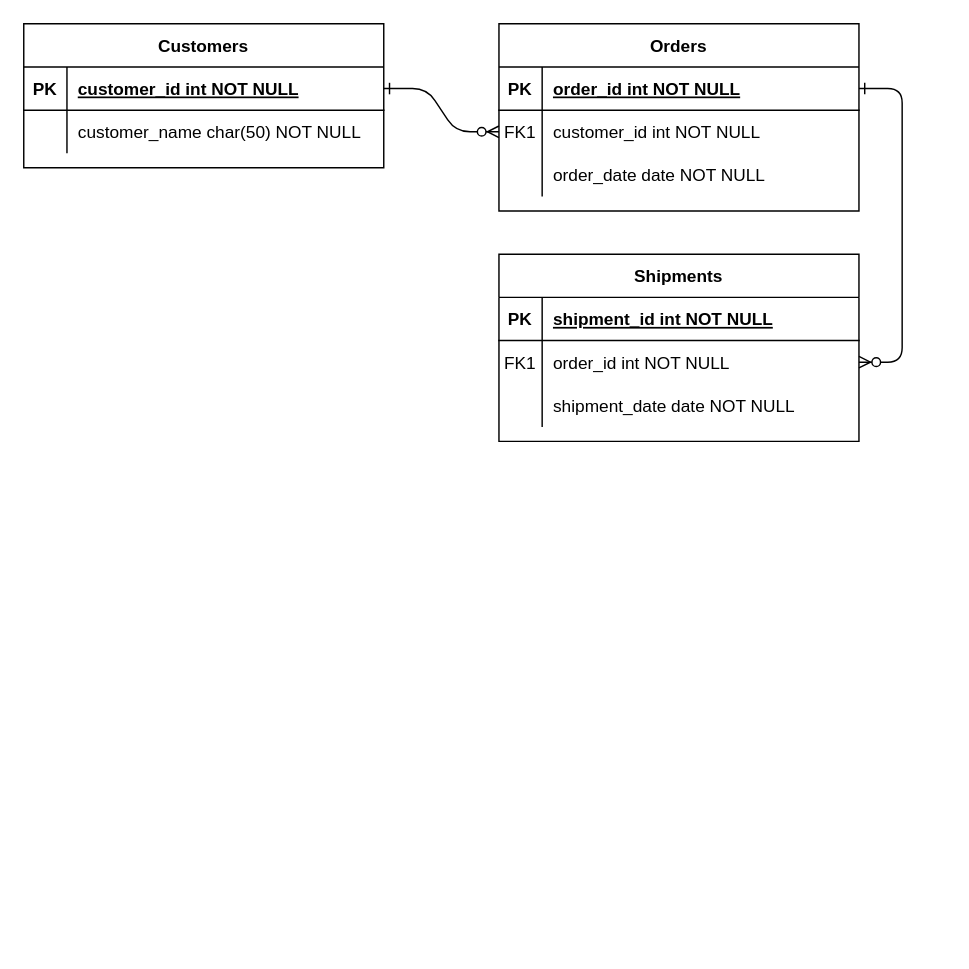
This is Sasang Entity Relationship Diagram.drawio from nohhow/TIL, a draw.io file, before an edit. Source tidied: cells renumbered, new cells numbered last; positions are measured from the earlier drawing's top-left corner, leaving out a move shared by most shapes. Both pictures are drawn from the tidied source at 144%, with x=0, y=0 at pixel (23, 23).
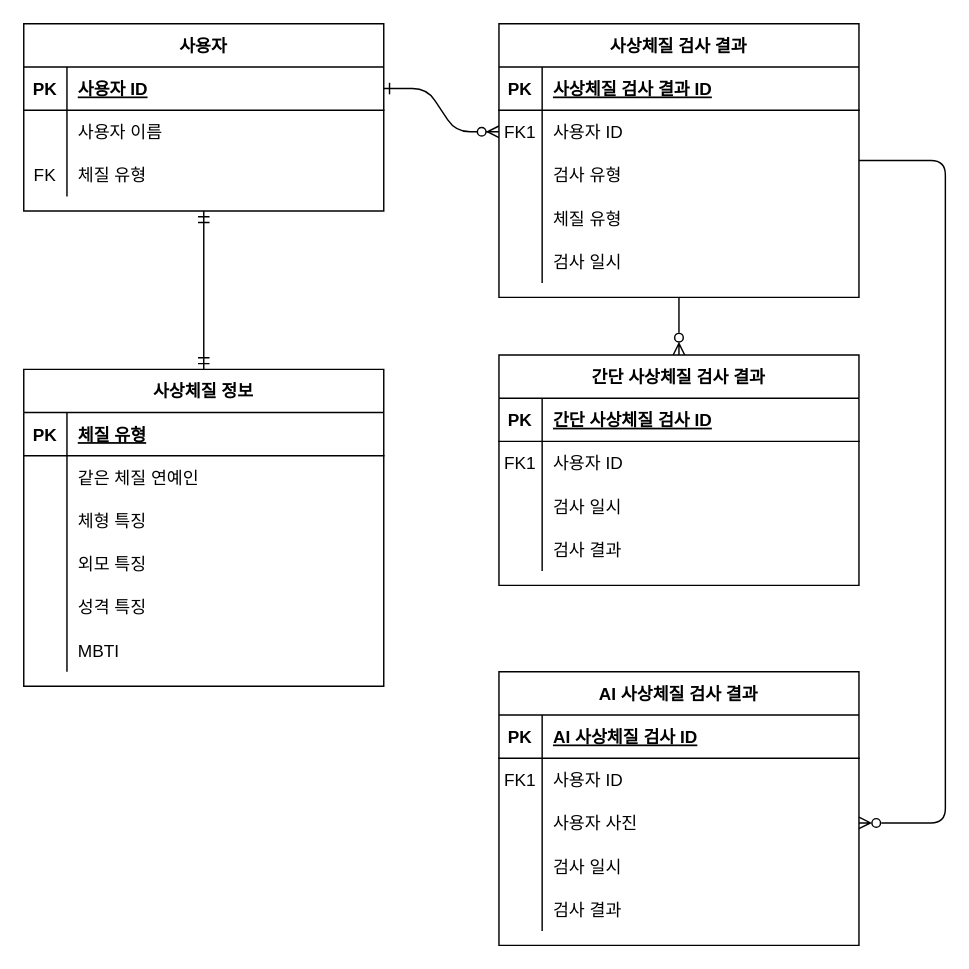
After the change.

The change refers to these unchanged cells:
```xml
<mxCell id="5" style="shape=partialRectangle;fillColor=none;points=[[0,0.5],[1,0.5]];portConstraint=eastwest;top=0;left=0;right=0;bottom=1;" parent="4" vertex="1">
  <mxGeometry y="30" width="250" height="30" as="geometry" />
</mxCell>
<mxCell id="8" style="shape=partialRectangle;fillColor=none;points=[[0,0.5],[1,0.5]];portConstraint=eastwest;top=0;left=0;right=0;bottom=0;" parent="4" vertex="1">
  <mxGeometry y="60" width="250" height="30" as="geometry" />
</mxCell>
<mxCell id="11" style="shape=partialRectangle;fillColor=none;top=0;left=0;right=0;bottom=0;" parent="4" vertex="1">
  <mxGeometry y="90" width="250" height="30" as="geometry" />
</mxCell>
<mxCell id="15" style="shape=partialRectangle;fillColor=none;top=0;left=0;right=0;bottom=1;" parent="14" vertex="1">
  <mxGeometry y="30" width="250" height="30" as="geometry" />
</mxCell>
<mxCell id="18" style="shape=partialRectangle;fillColor=none;points=[[0,0.5],[1,0.5]];portConstraint=eastwest;top=0;left=0;right=0;bottom=0;" parent="14" vertex="1">
  <mxGeometry y="60" width="250" height="30" as="geometry" />
</mxCell>
<mxCell id="21" style="shape=partialRectangle;fillColor=none;points=[[0,0.5],[1,0.5]];portConstraint=eastwest;top=0;left=0;right=0;bottom=0;" parent="14" vertex="1">
  <mxGeometry y="90" width="250" height="30" as="geometry" />
</mxCell>
<mxCell id="25" style="shape=partialRectangle;fillColor=none;points=[[0,0.5],[1,0.5]];portConstraint=eastwest;top=0;left=0;right=0;bottom=1;" parent="24" vertex="1">
  <mxGeometry y="30" width="250" height="30" as="geometry" />
</mxCell>
<mxCell id="28" style="shape=partialRectangle;fillColor=none;top=0;left=0;right=0;bottom=0;" parent="24" vertex="1">
  <mxGeometry y="60" width="250" height="30" as="geometry" />
</mxCell>
```

The edit, as a diff of the source:
```diff
@@
-    <mxCell id="3" style="edgeStyle=entityRelationEdgeStyle;endArrow=ERzeroToMany;startArrow=ERone;endFill=1;startFill=0;" parent="1" edge="1" source="5" target="18">
-      <mxGeometry relative="1" as="geometry" />
-    </mxCell>
+    <mxCell id="31" style="edgeStyle=orthogonalEdgeStyle;fontSize=11;html=1;endArrow=ERzeroToMany;endFill=0;fontFamily=Helvetica;fontColor=rgb(0, 0, 0);align=center;strokeColor=rgb(0, 0, 0);" parent="1" edge="1" source="4" target="68">
+      <mxGeometry relative="1" as="geometry" />
+    </mxCell>
+    <mxCell id="32" style="edgeStyle=orthogonalEdgeStyle;fontSize=11;html=1;endArrow=ERzeroToMany;endFill=0;fontFamily=Helvetica;fontColor=rgb(0, 0, 0);align=center;strokeColor=rgb(0, 0, 0);" parent="1" edge="1" source="4" target="21">
+      <mxGeometry relative="1" as="geometry">
+        <Array as="points">
+          <mxPoint x="640" y="95" />
+          <mxPoint x="640" y="555" />
+        </Array>
+      </mxGeometry>
+    </mxCell>
-    <mxCell id="4" value="Orders" style="shape=table;startSize=30;childLayout=tableLayout;rowLines=0;fontStyle=1;align=center;" parent="1" vertex="1">
-      <mxGeometry x="330" width="250" height="130" as="geometry" />
+    <mxCell id="4" value="사상체질 검사 결과" style="shape=table;startSize=30;childLayout=tableLayout;rowLines=0;fontStyle=1;align=center;" parent="1" vertex="1">
+      <mxGeometry x="330" width="250" height="190" as="geometry" />
     </mxCell>
@@
-    <mxCell id="7" value="order_id int NOT NULL " style="shape=partialRectangle;overflow=hidden;fillColor=none;top=0;left=0;bottom=0;right=0;align=left;spacingLeft=6;fontStyle=5;" parent="5" vertex="1">
+    <mxCell id="7" value="사상체질 검사 결과 ID" style="shape=partialRectangle;overflow=hidden;fillColor=none;top=0;left=0;bottom=0;right=0;align=left;spacingLeft=6;fontStyle=5;" parent="5" vertex="1">
       <mxGeometry x="30" width="220" height="30" as="geometry" />
     </mxCell>
@@
-    <mxCell id="10" value="customer_id int NOT NULL" style="shape=partialRectangle;overflow=hidden;fillColor=none;top=0;left=0;bottom=0;right=0;align=left;spacingLeft=6;" parent="8" vertex="1">
+    <mxCell id="10" value="사용자 ID" style="shape=partialRectangle;overflow=hidden;fillColor=none;top=0;left=0;bottom=0;right=0;align=left;spacingLeft=6;" parent="8" vertex="1">
       <mxGeometry x="30" width="220" height="30" as="geometry" />
     </mxCell>
@@
-    <mxCell id="13" value="order_date date NOT NULL" style="shape=partialRectangle;overflow=hidden;fillColor=none;top=0;left=0;bottom=0;right=0;align=left;spacingLeft=6;" parent="11" vertex="1">
+    <mxCell id="13" value="검사 유형" style="shape=partialRectangle;overflow=hidden;fillColor=none;top=0;left=0;bottom=0;right=0;align=left;spacingLeft=6;" parent="11" vertex="1">
       <mxGeometry x="30" width="220" height="30" as="geometry" />
     </mxCell>
+    <mxCell id="33" style="shape=partialRectangle;fillColor=none;top=0;left=0;bottom=0;right=0;" parent="4" vertex="1">
+      <mxGeometry y="120" width="250" height="30" as="geometry" />
+    </mxCell>
+    <mxCell id="34" style="shape=partialRectangle;fillColor=none;top=0;left=0;bottom=0;right=0;overflow=hidden;" parent="33" vertex="1">
+      <mxGeometry width="30" height="30" as="geometry" />
+    </mxCell>
+    <mxCell id="35" value="체질 유형" style="shape=partialRectangle;fillColor=none;top=0;left=0;bottom=0;right=0;align=left;spacingLeft=6;overflow=hidden;" parent="33" vertex="1">
+      <mxGeometry x="30" width="220" height="30" as="geometry" />
+    </mxCell>
+    <mxCell id="36" style="shape=partialRectangle;fillColor=none;top=0;left=0;bottom=0;right=0;" parent="4" vertex="1">
+      <mxGeometry y="150" width="250" height="30" as="geometry" />
+    </mxCell>
+    <mxCell id="37" style="shape=partialRectangle;fillColor=none;top=0;left=0;bottom=0;right=0;overflow=hidden;" parent="36" vertex="1">
+      <mxGeometry width="30" height="30" as="geometry" />
+    </mxCell>
+    <mxCell id="38" value="검사 일시" style="shape=partialRectangle;fillColor=none;top=0;left=0;bottom=0;right=0;align=left;spacingLeft=6;overflow=hidden;" parent="36" vertex="1">
+      <mxGeometry x="30" width="220" height="30" as="geometry" />
+    </mxCell>
-    <mxCell id="14" value="Shipments" style="shape=table;startSize=30;childLayout=tableLayout;rowLines=0;fontStyle=1;align=center;" parent="1" vertex="1">
-      <mxGeometry x="330" y="160" width="250" height="130" as="geometry" />
+    <mxCell id="14" value="AI 사상체질 검사 결과" style="shape=table;startSize=30;childLayout=tableLayout;rowLines=0;fontStyle=1;align=center;" parent="1" vertex="1">
+      <mxGeometry x="330" y="450" width="250" height="190" as="geometry" />
     </mxCell>
@@
-    <mxCell id="17" value="shipment_id int NOT NULL " style="shape=partialRectangle;overflow=hidden;fillColor=none;top=0;left=0;bottom=0;right=0;align=left;spacingLeft=6;fontStyle=5;" parent="15" vertex="1">
+    <mxCell id="17" value="AI 사상체질 검사 ID" style="shape=partialRectangle;overflow=hidden;fillColor=none;top=0;left=0;bottom=0;right=0;align=left;spacingLeft=6;fontStyle=5;" parent="15" vertex="1">
       <mxGeometry x="30" width="220" height="30" as="geometry" />
     </mxCell>
@@
-    <mxCell id="20" value="order_id int NOT NULL" style="shape=partialRectangle;overflow=hidden;fillColor=none;top=0;left=0;bottom=0;right=0;align=left;spacingLeft=6;" parent="18" vertex="1">
+    <mxCell id="20" value="사용자 ID" style="shape=partialRectangle;overflow=hidden;fillColor=none;top=0;left=0;bottom=0;right=0;align=left;spacingLeft=6;" parent="18" vertex="1">
       <mxGeometry x="30" width="220" height="30" as="geometry" />
     </mxCell>
@@
-    <mxCell id="23" value="shipment_date date NOT NULL" style="shape=partialRectangle;overflow=hidden;fillColor=none;top=0;left=0;bottom=0;right=0;align=left;spacingLeft=6;" parent="21" vertex="1">
+    <mxCell id="23" value="사용자 사진" style="shape=partialRectangle;overflow=hidden;fillColor=none;top=0;left=0;bottom=0;right=0;align=left;spacingLeft=6;" parent="21" vertex="1">
       <mxGeometry x="30" width="220" height="30" as="geometry" />
     </mxCell>
+    <mxCell id="39" style="shape=partialRectangle;fillColor=none;top=0;left=0;bottom=0;right=0;" parent="14" vertex="1">
+      <mxGeometry y="120" width="250" height="30" as="geometry" />
+    </mxCell>
+    <mxCell id="40" style="shape=partialRectangle;fillColor=none;top=0;left=0;bottom=0;right=0;overflow=hidden;" parent="39" vertex="1">
+      <mxGeometry width="30" height="30" as="geometry" />
+    </mxCell>
+    <mxCell id="41" value="검사 일시" style="shape=partialRectangle;fillColor=none;top=0;left=0;bottom=0;right=0;align=left;spacingLeft=6;overflow=hidden;" parent="39" vertex="1">
+      <mxGeometry x="30" width="220" height="30" as="geometry" />
+    </mxCell>
+    <mxCell id="42" style="shape=partialRectangle;fillColor=none;top=0;left=0;bottom=0;right=0;" parent="14" vertex="1">
+      <mxGeometry y="150" width="250" height="30" as="geometry" />
+    </mxCell>
+    <mxCell id="43" style="shape=partialRectangle;fillColor=none;top=0;left=0;bottom=0;right=0;overflow=hidden;" parent="42" vertex="1">
+      <mxGeometry width="30" height="30" as="geometry" />
+    </mxCell>
+    <mxCell id="44" value="검사 결과" style="shape=partialRectangle;fillColor=none;top=0;left=0;bottom=0;right=0;align=left;spacingLeft=6;overflow=hidden;" parent="42" vertex="1">
+      <mxGeometry x="30" width="220" height="30" as="geometry" />
+    </mxCell>
+    <mxCell id="45" style="edgeStyle=orthogonalEdgeStyle;fontSize=11;html=1;endArrow=ERmandOne;startArrow=ERmandOne;fontFamily=Helvetica;fontColor=rgb(0, 0, 0);align=center;endFill=0;strokeColor=rgb(0, 0, 0);" parent="1" edge="1" source="24" target="49">
+      <mxGeometry relative="1" as="geometry" />
+    </mxCell>
-    <mxCell id="24" value="Customers" style="shape=table;startSize=30;childLayout=tableLayout;rowLines=0;fontStyle=1;align=center;" parent="1" vertex="1">
-      <mxGeometry width="250" height="100" as="geometry" />
+    <mxCell id="24" value="사용자" style="shape=table;startSize=30;childLayout=tableLayout;rowLines=0;fontStyle=1;align=center;" parent="1" vertex="1">
+      <mxGeometry width="250" height="130" as="geometry" />
     </mxCell>
@@
-    <mxCell id="27" value="customer_id int NOT NULL " style="shape=partialRectangle;overflow=hidden;fillColor=none;top=0;left=0;bottom=0;right=0;align=left;spacingLeft=6;fontStyle=5;" parent="25" vertex="1">
+    <mxCell id="27" value="사용자 ID" style="shape=partialRectangle;overflow=hidden;fillColor=none;top=0;left=0;bottom=0;right=0;align=left;spacingLeft=6;fontStyle=5;" parent="25" vertex="1">
       <mxGeometry x="30" width="220" height="30" as="geometry" />
     </mxCell>
@@
-    <mxCell id="30" value="customer_name char(50) NOT NULL" style="shape=partialRectangle;overflow=hidden;fillColor=none;top=0;left=0;bottom=0;right=0;align=left;spacingLeft=6;" parent="28" vertex="1">
+    <mxCell id="30" value="사용자 이름" style="shape=partialRectangle;overflow=hidden;fillColor=none;top=0;left=0;bottom=0;right=0;align=left;spacingLeft=6;" parent="28" vertex="1">
       <mxGeometry x="30" width="220" height="30" as="geometry" />
     </mxCell>
+    <mxCell id="46" style="shape=partialRectangle;fillColor=none;top=0;left=0;bottom=0;right=0;" parent="24" vertex="1">
+      <mxGeometry y="90" width="250" height="30" as="geometry" />
+    </mxCell>
+    <mxCell id="47" value="FK" style="shape=partialRectangle;fillColor=none;top=0;left=0;bottom=0;right=0;overflow=hidden;" parent="46" vertex="1">
+      <mxGeometry width="30" height="30" as="geometry" />
+    </mxCell>
+    <mxCell id="48" value="체질 유형" style="shape=partialRectangle;fillColor=none;top=0;left=0;bottom=0;right=0;align=left;spacingLeft=6;overflow=hidden;" parent="46" vertex="1">
+      <mxGeometry x="30" width="220" height="30" as="geometry" />
+    </mxCell>
+    <mxCell id="49" value="사상체질 정보" style="shape=table;startSize=30;childLayout=tableLayout;rowLines=0;fontStyle=1;align=center;" parent="1" vertex="1">
+      <mxGeometry y="240" width="250" height="220" as="geometry" />
+    </mxCell>
+    <mxCell id="50" style="shape=partialRectangle;fillColor=none;top=0;left=0;right=0;bottom=1;" parent="49" vertex="1">
+      <mxGeometry y="30" width="250" height="30" as="geometry" />
+    </mxCell>
+    <mxCell id="51" value="PK" style="shape=partialRectangle;overflow=hidden;fillColor=none;top=0;left=0;bottom=0;right=0;fontStyle=1;" parent="50" vertex="1">
+      <mxGeometry width="30" height="30" as="geometry" />
+    </mxCell>
+    <mxCell id="52" value="체질 유형" style="shape=partialRectangle;overflow=hidden;fillColor=none;top=0;left=0;bottom=0;right=0;align=left;spacingLeft=6;fontStyle=5;" parent="50" vertex="1">
+      <mxGeometry x="30" width="220" height="30" as="geometry" />
+    </mxCell>
+    <mxCell id="53" style="shape=partialRectangle;fillColor=none;top=0;left=0;right=0;bottom=0;" parent="49" vertex="1">
+      <mxGeometry y="60" width="250" height="30" as="geometry" />
+    </mxCell>
+    <mxCell id="54" style="shape=partialRectangle;overflow=hidden;fillColor=none;top=0;left=0;bottom=0;right=0;" parent="53" vertex="1">
+      <mxGeometry width="30" height="30" as="geometry" />
+    </mxCell>
+    <mxCell id="55" value="같은 체질 연예인" style="shape=partialRectangle;overflow=hidden;fillColor=none;top=0;left=0;bottom=0;right=0;align=left;spacingLeft=6;" parent="53" vertex="1">
+      <mxGeometry x="30" width="220" height="30" as="geometry" />
+    </mxCell>
+    <mxCell id="56" style="shape=partialRectangle;fillColor=none;top=0;left=0;right=0;bottom=0;" parent="49" vertex="1">
+      <mxGeometry y="90" width="250" height="30" as="geometry" />
+    </mxCell>
+    <mxCell id="57" style="shape=partialRectangle;overflow=hidden;fillColor=none;top=0;left=0;bottom=0;right=0;" parent="56" vertex="1">
+      <mxGeometry width="30" height="30" as="geometry" />
+    </mxCell>
+    <mxCell id="58" value="체형 특징" style="shape=partialRectangle;overflow=hidden;fillColor=none;top=0;left=0;bottom=0;right=0;align=left;spacingLeft=6;" parent="56" vertex="1">
+      <mxGeometry x="30" width="220" height="30" as="geometry" />
+    </mxCell>
+    <mxCell id="59" style="shape=partialRectangle;fillColor=none;top=0;left=0;bottom=0;right=0;" parent="49" vertex="1">
+      <mxGeometry y="120" width="250" height="30" as="geometry" />
+    </mxCell>
+    <mxCell id="60" style="shape=partialRectangle;fillColor=none;top=0;left=0;bottom=0;right=0;overflow=hidden;" parent="59" vertex="1">
+      <mxGeometry width="30" height="30" as="geometry" />
+    </mxCell>
+    <mxCell id="61" value="외모 특징" style="shape=partialRectangle;fillColor=none;top=0;left=0;bottom=0;right=0;align=left;spacingLeft=6;overflow=hidden;" parent="59" vertex="1">
+      <mxGeometry x="30" width="220" height="30" as="geometry" />
+    </mxCell>
+    <mxCell id="62" style="shape=partialRectangle;fillColor=none;top=0;left=0;bottom=0;right=0;" parent="49" vertex="1">
+      <mxGeometry y="150" width="250" height="30" as="geometry" />
+    </mxCell>
+    <mxCell id="63" style="shape=partialRectangle;fillColor=none;top=0;left=0;bottom=0;right=0;overflow=hidden;" parent="62" vertex="1">
+      <mxGeometry width="30" height="30" as="geometry" />
+    </mxCell>
+    <mxCell id="64" value="성격 특징" style="shape=partialRectangle;fillColor=none;top=0;left=0;bottom=0;right=0;align=left;spacingLeft=6;overflow=hidden;" parent="62" vertex="1">
+      <mxGeometry x="30" width="220" height="30" as="geometry" />
+    </mxCell>
+    <mxCell id="65" style="shape=partialRectangle;fillColor=none;top=0;left=0;bottom=0;right=0;" parent="49" vertex="1">
+      <mxGeometry y="180" width="250" height="30" as="geometry" />
+    </mxCell>
+    <mxCell id="66" style="shape=partialRectangle;fillColor=none;top=0;left=0;bottom=0;right=0;overflow=hidden;" parent="65" vertex="1">
+      <mxGeometry width="30" height="30" as="geometry" />
+    </mxCell>
+    <mxCell id="67" value="MBTI" style="shape=partialRectangle;fillColor=none;top=0;left=0;bottom=0;right=0;align=left;spacingLeft=6;overflow=hidden;" parent="65" vertex="1">
+      <mxGeometry x="30" width="220" height="30" as="geometry" />
+    </mxCell>
+    <mxCell id="68" value="간단 사상체질 검사 결과" style="shape=table;startSize=30;childLayout=tableLayout;rowLines=0;fontStyle=1;align=center;" parent="1" vertex="1">
+      <mxGeometry x="330" y="230" width="250" height="160" as="geometry" />
+    </mxCell>
+    <mxCell id="69" style="shape=partialRectangle;fillColor=none;top=0;left=0;right=0;bottom=1;" parent="68" vertex="1">
+      <mxGeometry y="30" width="250" height="30" as="geometry" />
+    </mxCell>
+    <mxCell id="70" value="PK" style="shape=partialRectangle;overflow=hidden;fillColor=none;top=0;left=0;bottom=0;right=0;fontStyle=1;" parent="69" vertex="1">
+      <mxGeometry width="30" height="30" as="geometry" />
+    </mxCell>
+    <mxCell id="71" value="간단 사상체질 검사 ID" style="shape=partialRectangle;overflow=hidden;fillColor=none;top=0;left=0;bottom=0;right=0;align=left;spacingLeft=6;fontStyle=5;" parent="69" vertex="1">
+      <mxGeometry x="30" width="220" height="30" as="geometry" />
+    </mxCell>
+    <mxCell id="72" style="shape=partialRectangle;fillColor=none;top=0;left=0;right=0;bottom=0;" parent="68" vertex="1">
+      <mxGeometry y="60" width="250" height="30" as="geometry" />
+    </mxCell>
+    <mxCell id="73" value="FK1" style="shape=partialRectangle;overflow=hidden;fillColor=none;top=0;left=0;bottom=0;right=0;" parent="72" vertex="1">
+      <mxGeometry width="30" height="30" as="geometry" />
+    </mxCell>
+    <mxCell id="74" value="사용자 ID" style="shape=partialRectangle;overflow=hidden;fillColor=none;top=0;left=0;bottom=0;right=0;align=left;spacingLeft=6;" parent="72" vertex="1">
+      <mxGeometry x="30" width="220" height="30" as="geometry" />
+    </mxCell>
+    <mxCell id="75" style="shape=partialRectangle;fillColor=none;top=0;left=0;bottom=0;right=0;" parent="68" vertex="1">
+      <mxGeometry y="90" width="250" height="30" as="geometry" />
+    </mxCell>
+    <mxCell id="76" style="shape=partialRectangle;fillColor=none;top=0;left=0;bottom=0;right=0;overflow=hidden;" parent="75" vertex="1">
+      <mxGeometry width="30" height="30" as="geometry" />
+    </mxCell>
+    <mxCell id="77" value="검사 일시" style="shape=partialRectangle;fillColor=none;top=0;left=0;bottom=0;right=0;align=left;spacingLeft=6;overflow=hidden;" parent="75" vertex="1">
+      <mxGeometry x="30" width="220" height="30" as="geometry" />
+    </mxCell>
+    <mxCell id="78" style="shape=partialRectangle;fillColor=none;top=0;left=0;bottom=0;right=0;" parent="68" vertex="1">
+      <mxGeometry y="120" width="250" height="30" as="geometry" />
+    </mxCell>
+    <mxCell id="79" style="shape=partialRectangle;fillColor=none;top=0;left=0;bottom=0;right=0;overflow=hidden;" parent="78" vertex="1">
+      <mxGeometry width="30" height="30" as="geometry" />
+    </mxCell>
+    <mxCell id="80" value="검사 결과" style="shape=partialRectangle;fillColor=none;top=0;left=0;bottom=0;right=0;align=left;spacingLeft=6;overflow=hidden;" parent="78" vertex="1">
+      <mxGeometry x="30" width="220" height="30" as="geometry" />
+    </mxCell>
```
